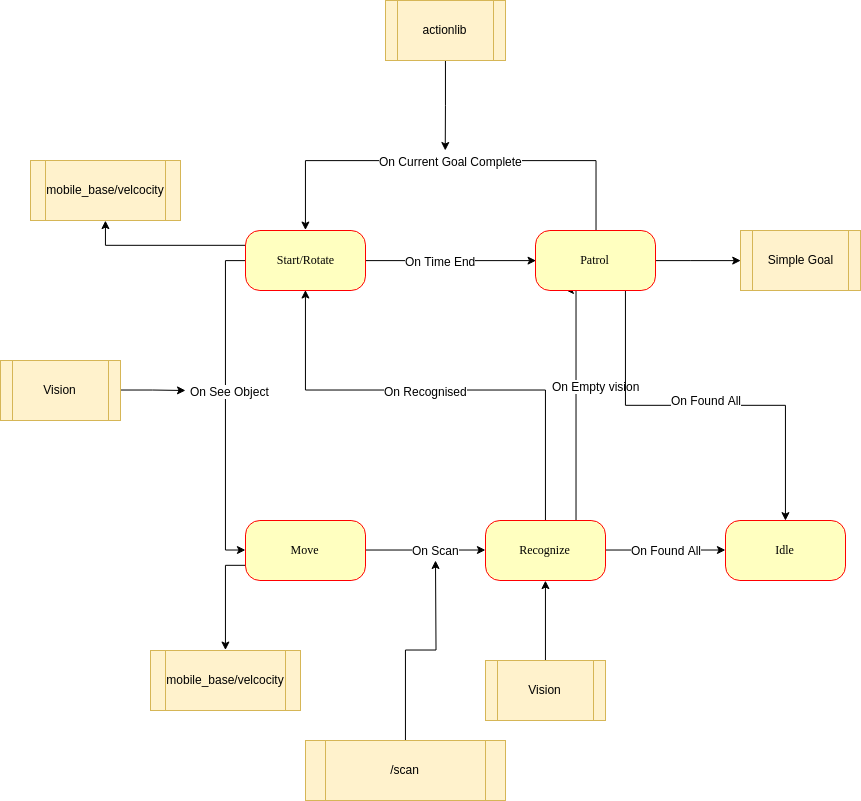
Above: Robotics State Diagram.png in bdawson1993/ROS-object-search (draw.io), before the change. Source tidied: cells renumbered, new cells last; positions are measured from the earlier drawing's top-left corner, leaving out a move shared by most shapes.
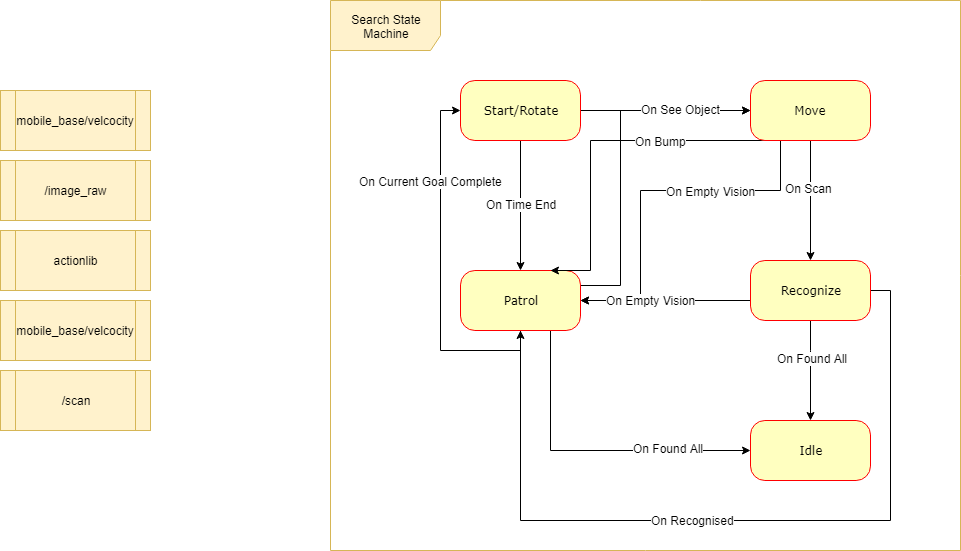
Later version of the same file.

The edit, as a diff of the source:
```diff
@@ -2,147 +2,140 @@
   <root>
     <mxCell id="0" />
     <mxCell id="1" parent="0" />
-    <mxCell id="2" style="edgeStyle=orthogonalEdgeStyle;rounded=0;jettySize=auto;html=1;exitX=0.5;exitY=0;exitDx=0;exitDy=0;entryX=0.5;entryY=1;entryDx=0;entryDy=0;" parent="1" edge="1" source="8" target="14">
-      <mxGeometry relative="1" as="geometry">
-        <Array as="points">
-          <mxPoint x="545" y="390" />
-          <mxPoint x="305" y="390" />
-        </Array>
-      </mxGeometry>
-    </mxCell>
-    <mxCell id="3" value="On Recognised&lt;br&gt;" style="text;html=1;align=center;verticalAlign=middle;labelBackgroundColor=#ffffff;" parent="2" vertex="1">
-      <mxGeometry x="0.38" y="-1" relative="1" as="geometry">
-        <mxPoint x="75.5" y="1.5" as="offset" />
-      </mxGeometry>
-    </mxCell>
-    <mxCell id="4" style="edgeStyle=orthogonalEdgeStyle;rounded=0;jettySize=auto;html=1;exitX=0.75;exitY=0;exitDx=0;exitDy=0;entryX=0.25;entryY=1;entryDx=0;entryDy=0;" parent="1" edge="1" source="8" target="24">
-      <mxGeometry relative="1" as="geometry">
-        <Array as="points">
-          <mxPoint x="576" y="290" />
-        </Array>
-      </mxGeometry>
-    </mxCell>
-    <mxCell id="5" value="On Empty vision" style="text;html=1;align=center;verticalAlign=middle;labelBackgroundColor=#ffffff;" parent="4" vertex="1">
-      <mxGeometry x="0.42" y="1" relative="1" as="geometry">
-        <mxPoint x="20.5" y="35.5" as="offset" />
-      </mxGeometry>
-    </mxCell>
-    <mxCell id="6" style="edgeStyle=orthogonalEdgeStyle;rounded=0;jettySize=auto;html=1;exitX=1;exitY=0.5;exitDx=0;exitDy=0;entryX=0;entryY=0.5;entryDx=0;entryDy=0;" parent="1" edge="1" source="8" target="36">
-      <mxGeometry relative="1" as="geometry" />
-    </mxCell>
-    <mxCell id="7" value="On Found All" style="text;html=1;align=center;verticalAlign=middle;labelBackgroundColor=#ffffff;" parent="6" vertex="1">
-      <mxGeometry x="-0.3" y="1" relative="1" as="geometry">
-        <mxPoint x="18" y="1" as="offset" />
-      </mxGeometry>
-    </mxCell>
-    <mxCell id="8" value="Recognize&lt;br&gt;" style="rounded=1;whiteSpace=wrap;html=1;arcSize=24;fillColor=#ffffc0;strokeColor=#ff0000;shadow=0;comic=0;labelBackgroundColor=none;fontFamily=Verdana;fontSize=12;fontColor=#000000;align=center;" parent="1" vertex="1">
-      <mxGeometry x="485" y="520" width="120" height="60" as="geometry" />
-    </mxCell>
+    <mxCell id="37" style="edgeStyle=orthogonalEdgeStyle;rounded=0;jettySize=auto;html=1;exitX=1;exitY=0.25;exitDx=0;exitDy=0;entryX=0;entryY=0.5;entryDx=0;entryDy=0;" parent="1" edge="1" source="24" target="18">
+      <mxGeometry relative="1" as="geometry">
+        <Array as="points">
+          <mxPoint x="-545" y="345" />
+          <mxPoint x="-545" y="170" />
+        </Array>
+      </mxGeometry>
+    </mxCell>
-    <mxCell id="9" style="edgeStyle=orthogonalEdgeStyle;rounded=0;jettySize=auto;html=1;exitX=0;exitY=0.5;exitDx=0;exitDy=0;entryX=0;entryY=0.5;entryDx=0;entryDy=0;" parent="1" edge="1" source="14" target="18">
+    <mxCell id="9" style="edgeStyle=orthogonalEdgeStyle;rounded=0;jettySize=auto;html=1;exitX=1;exitY=0.5;exitDx=0;exitDy=0;entryX=0;entryY=0.5;entryDx=0;entryDy=0;" parent="1" edge="1" source="14" target="18">
       <mxGeometry relative="1" as="geometry" />
     </mxCell>
-    <mxCell id="10" value="On See Object&lt;br&gt;" style="text;html=1;align=center;verticalAlign=middle;labelBackgroundColor=#ffffff;" parent="9" vertex="1">
-      <mxGeometry x="-0.09" y="4" relative="1" as="geometry" />
+    <mxCell id="10" value="On See Object" style="text;html=1;align=center;verticalAlign=middle;labelBackgroundColor=#ffffff;" parent="9" vertex="1">
+      <mxGeometry x="0.18" y="2" relative="1" as="geometry" />
     </mxCell>
-    <mxCell id="11" style="edgeStyle=orthogonalEdgeStyle;rounded=0;jettySize=auto;html=1;exitX=1;exitY=0.5;exitDx=0;exitDy=0;entryX=0;entryY=0.5;entryDx=0;entryDy=0;" parent="1" edge="1" source="14" target="24">
-      <mxGeometry relative="1" as="geometry" />
-    </mxCell>
-    <mxCell id="12" value="On Time End" style="text;html=1;align=center;verticalAlign=middle;labelBackgroundColor=#ffffff;" parent="11" vertex="1">
-      <mxGeometry x="-0.13" relative="1" as="geometry" />
-    </mxCell>
-    <mxCell id="13" style="edgeStyle=orthogonalEdgeStyle;rounded=0;jettySize=auto;html=1;exitX=0;exitY=0.25;exitDx=0;exitDy=0;entryX=0.5;entryY=1;entryDx=0;entryDy=0;" parent="1" edge="1" source="14" target="30">
-      <mxGeometry relative="1" as="geometry" />
-    </mxCell>
-    <mxCell id="14" value="Start/Rotate&lt;br&gt;" style="rounded=1;whiteSpace=wrap;html=1;arcSize=24;fillColor=#ffffc0;strokeColor=#ff0000;shadow=0;comic=0;labelBackgroundColor=none;fontFamily=Verdana;fontSize=12;fontColor=#000000;align=center;" parent="1" vertex="1">
-      <mxGeometry x="245" y="230" width="120" height="60" as="geometry" />
-    </mxCell>
-    <mxCell id="15" style="edgeStyle=orthogonalEdgeStyle;rounded=0;jettySize=auto;html=1;exitX=1;exitY=0.5;exitDx=0;exitDy=0;entryX=0;entryY=0.5;entryDx=0;entryDy=0;" parent="1" edge="1" source="18" target="8">
-      <mxGeometry relative="1" as="geometry" />
-    </mxCell>
-    <mxCell id="16" value="On Scan&lt;br&gt;" style="text;html=1;align=center;verticalAlign=middle;labelBackgroundColor=#ffffff;" parent="15" vertex="1">
-      <mxGeometry x="0.21" y="-2" relative="1" as="geometry">
-        <mxPoint x="-3" y="-2" as="offset" />
-      </mxGeometry>
-    </mxCell>
-    <mxCell id="17" style="edgeStyle=orthogonalEdgeStyle;rounded=0;jettySize=auto;html=1;exitX=0;exitY=0.75;exitDx=0;exitDy=0;entryX=0.5;entryY=0;entryDx=0;entryDy=0;" parent="1" edge="1" source="18" target="31">
-      <mxGeometry relative="1" as="geometry" />
-    </mxCell>
-    <mxCell id="18" value="Move&lt;br&gt;" style="rounded=1;whiteSpace=wrap;html=1;arcSize=24;fillColor=#ffffc0;strokeColor=#ff0000;shadow=0;comic=0;labelBackgroundColor=none;fontFamily=Verdana;fontSize=12;fontColor=#000000;align=center;" parent="1" vertex="1">
-      <mxGeometry x="245" y="520" width="120" height="60" as="geometry" />
-    </mxCell>
-    <mxCell id="19" style="edgeStyle=orthogonalEdgeStyle;rounded=0;jettySize=auto;html=1;exitX=0.5;exitY=0;exitDx=0;exitDy=0;entryX=0.5;entryY=0;entryDx=0;entryDy=0;" parent="1" edge="1" source="24" target="14">
-      <mxGeometry relative="1" as="geometry">
-        <Array as="points">
-          <mxPoint x="595" y="160" />
-          <mxPoint x="305" y="160" />
-        </Array>
-      </mxGeometry>
-    </mxCell>
-    <mxCell id="20" value="On Current Goal Complete" style="text;html=1;align=center;verticalAlign=middle;labelBackgroundColor=#ffffff;" parent="19" vertex="1">
-      <mxGeometry x="-0.07" relative="1" as="geometry">
-        <mxPoint x="-16" as="offset" />
-      </mxGeometry>
-    </mxCell>
-    <mxCell id="21" style="edgeStyle=orthogonalEdgeStyle;rounded=0;jettySize=auto;html=1;exitX=1;exitY=0.5;exitDx=0;exitDy=0;entryX=0;entryY=0.5;entryDx=0;entryDy=0;" parent="1" edge="1" source="24" target="25">
-      <mxGeometry relative="1" as="geometry">
-        <Array as="points">
-          <mxPoint x="690" y="260" />
-          <mxPoint x="690" y="260" />
-        </Array>
-      </mxGeometry>
-    </mxCell>
-    <mxCell id="22" style="edgeStyle=orthogonalEdgeStyle;rounded=0;jettySize=auto;html=1;exitX=0.75;exitY=1;exitDx=0;exitDy=0;entryX=0.5;entryY=0;entryDx=0;entryDy=0;" parent="1" edge="1" source="24" target="36">
-      <mxGeometry relative="1" as="geometry" />
-    </mxCell>
-    <mxCell id="23" value="On Found All" style="text;html=1;align=center;verticalAlign=middle;labelBackgroundColor=#ffffff;" parent="22" vertex="1">
-      <mxGeometry x="-0.41" y="59" relative="1" as="geometry">
-        <mxPoint x="80" y="54" as="offset" />
-      </mxGeometry>
-    </mxCell>
-    <mxCell id="24" value="Patrol&lt;br&gt;" style="rounded=1;whiteSpace=wrap;html=1;arcSize=24;fillColor=#ffffc0;strokeColor=#ff0000;shadow=0;comic=0;labelBackgroundColor=none;fontFamily=Verdana;fontSize=12;fontColor=#000000;align=center;" parent="1" vertex="1">
-      <mxGeometry x="535" y="230" width="120" height="60" as="geometry" />
-    </mxCell>
-    <mxCell id="25" value="Simple Goal" style="shape=process;whiteSpace=wrap;html=1;backgroundOutline=1;fillColor=#fff2cc;strokeColor=#d6b656;" parent="1" vertex="1">
-      <mxGeometry x="740" y="230" width="120" height="60" as="geometry" />
-    </mxCell>
-    <mxCell id="26" style="edgeStyle=orthogonalEdgeStyle;rounded=0;jettySize=auto;html=1;exitX=0.5;exitY=0;exitDx=0;exitDy=0;entryX=0.5;entryY=1;entryDx=0;entryDy=0;" parent="1" edge="1" source="27" target="8">
-      <mxGeometry relative="1" as="geometry" />
-    </mxCell>
-    <mxCell id="27" value="Vision&lt;br&gt;" style="shape=process;whiteSpace=wrap;html=1;backgroundOutline=1;fillColor=#fff2cc;strokeColor=#d6b656;" parent="1" vertex="1">
-      <mxGeometry x="485" y="660" width="120" height="60" as="geometry" />
-    </mxCell>
-    <mxCell id="28" style="edgeStyle=orthogonalEdgeStyle;rounded=0;jettySize=auto;html=1;exitX=1;exitY=0.5;exitDx=0;exitDy=0;" parent="1" edge="1" source="29">
-      <mxGeometry relative="1" as="geometry">
-        <mxPoint x="185" y="390" as="targetPoint" />
-      </mxGeometry>
-    </mxCell>
-    <mxCell id="29" value="Vision&lt;br&gt;" style="shape=process;whiteSpace=wrap;html=1;backgroundOutline=1;fillColor=#fff2cc;strokeColor=#d6b656;" parent="1" vertex="1">
-      <mxGeometry y="360" width="120" height="60" as="geometry" />
+    <mxCell id="29" value="/image_raw&lt;br&gt;" style="shape=process;whiteSpace=wrap;html=1;backgroundOutline=1;fillColor=#fff2cc;strokeColor=#d6b656;" parent="1" vertex="1">
+      <mxGeometry x="-1165" y="220" width="150" height="60" as="geometry" />
     </mxCell>
     <mxCell id="30" value="mobile_base/velcocity" style="shape=process;whiteSpace=wrap;html=1;backgroundOutline=1;fillColor=#fff2cc;strokeColor=#d6b656;" parent="1" vertex="1">
-      <mxGeometry x="30" y="160" width="150" height="60" as="geometry" />
+      <mxGeometry x="-1165" y="150" width="150" height="60" as="geometry" />
     </mxCell>
     <mxCell id="31" value="mobile_base/velcocity" style="shape=process;whiteSpace=wrap;html=1;backgroundOutline=1;fillColor=#fff2cc;strokeColor=#d6b656;" parent="1" vertex="1">
-      <mxGeometry x="150" y="650" width="150" height="60" as="geometry" />
+      <mxGeometry x="-1165" y="360" width="150" height="60" as="geometry" />
     </mxCell>
-    <mxCell id="32" style="edgeStyle=orthogonalEdgeStyle;rounded=0;jettySize=auto;html=1;exitX=0.5;exitY=1;exitDx=0;exitDy=0;" parent="1" edge="1" source="33">
-      <mxGeometry relative="1" as="geometry">
-        <mxPoint x="444.8" y="150" as="targetPoint" />
-      </mxGeometry>
-    </mxCell>
     <mxCell id="33" value="actionlib&lt;br&gt;" style="shape=process;whiteSpace=wrap;html=1;backgroundOutline=1;fillColor=#fff2cc;strokeColor=#d6b656;" parent="1" vertex="1">
-      <mxGeometry x="385" width="120" height="60" as="geometry" />
+      <mxGeometry x="-1165" y="290" width="150" height="60" as="geometry" />
     </mxCell>
-    <mxCell id="34" style="edgeStyle=orthogonalEdgeStyle;rounded=0;jettySize=auto;html=1;exitX=0.5;exitY=0;exitDx=0;exitDy=0;" parent="1" edge="1" source="35">
-      <mxGeometry relative="1" as="geometry">
-        <mxPoint x="435" y="560" as="targetPoint" />
-      </mxGeometry>
-    </mxCell>
     <mxCell id="35" value="&lt;div&gt;&lt;span&gt;/scan&lt;/span&gt;&lt;/div&gt;" style="shape=process;whiteSpace=wrap;html=1;backgroundOutline=1;fillColor=#fff2cc;strokeColor=#d6b656;" parent="1" vertex="1">
-      <mxGeometry x="305" y="740" width="200" height="60" as="geometry" />
+      <mxGeometry x="-1165" y="430" width="150" height="60" as="geometry" />
     </mxCell>
+    <mxCell id="11" style="edgeStyle=orthogonalEdgeStyle;rounded=0;jettySize=auto;html=1;exitX=0.5;exitY=1;exitDx=0;exitDy=0;entryX=0.5;entryY=0;entryDx=0;entryDy=0;" parent="1" edge="1" source="14" target="24">
+      <mxGeometry relative="1" as="geometry" />
+    </mxCell>
+    <mxCell id="12" value="On Time End" style="text;html=1;align=center;verticalAlign=middle;labelBackgroundColor=#ffffff;" parent="11" vertex="1">
+      <mxGeometry x="-0.24" y="-2" relative="1" as="geometry">
+        <mxPoint x="2" y="14" as="offset" />
+      </mxGeometry>
+    </mxCell>
+    <mxCell id="14" value="Start/Rotate&lt;br&gt;" style="rounded=1;whiteSpace=wrap;html=1;arcSize=24;fillColor=#ffffc0;strokeColor=#ff0000;shadow=0;comic=0;labelBackgroundColor=none;fontFamily=Verdana;fontSize=12;fontColor=#000000;align=center;" parent="1" vertex="1">
+      <mxGeometry x="-705" y="140" width="120" height="60" as="geometry" />
+    </mxCell>
+    <mxCell id="19" style="edgeStyle=orthogonalEdgeStyle;rounded=0;jettySize=auto;html=1;exitX=0.5;exitY=1;exitDx=0;exitDy=0;entryX=0;entryY=0.5;entryDx=0;entryDy=0;" parent="1" edge="1" source="24" target="14">
+      <mxGeometry relative="1" as="geometry" />
+    </mxCell>
+    <mxCell id="20" value="On Current Goal Complete" style="text;html=1;align=center;verticalAlign=middle;labelBackgroundColor=#ffffff;" parent="19" vertex="1">
+      <mxGeometry x="0.36" relative="1" as="geometry">
+        <mxPoint x="-10" y="-26" as="offset" />
+      </mxGeometry>
+    </mxCell>
+    <mxCell id="22" style="edgeStyle=orthogonalEdgeStyle;rounded=0;jettySize=auto;html=1;exitX=0.75;exitY=1;exitDx=0;exitDy=0;entryX=0;entryY=0.5;entryDx=0;entryDy=0;" parent="1" edge="1" source="24" target="36">
+      <mxGeometry relative="1" as="geometry" />
+    </mxCell>
+    <mxCell id="38" value="On Found All" style="text;html=1;align=center;verticalAlign=middle;labelBackgroundColor=#ffffff;" parent="22" vertex="1">
+      <mxGeometry x="0.48" y="3" relative="1" as="geometry" />
+    </mxCell>
+    <mxCell id="24" value="Patrol&lt;br&gt;" style="rounded=1;whiteSpace=wrap;html=1;arcSize=24;fillColor=#ffffc0;strokeColor=#ff0000;shadow=0;comic=0;labelBackgroundColor=none;fontFamily=Verdana;fontSize=12;fontColor=#000000;align=center;" parent="1" vertex="1">
+      <mxGeometry x="-705" y="330" width="120" height="60" as="geometry" />
+    </mxCell>
+    <mxCell id="15" style="edgeStyle=orthogonalEdgeStyle;rounded=0;jettySize=auto;html=1;exitX=0.5;exitY=1;exitDx=0;exitDy=0;entryX=0.5;entryY=0;entryDx=0;entryDy=0;" parent="1" edge="1" source="18" target="8">
+      <mxGeometry relative="1" as="geometry" />
+    </mxCell>
+    <mxCell id="16" value="On Scan" style="text;html=1;align=center;verticalAlign=middle;labelBackgroundColor=#ffffff;" parent="15" vertex="1">
+      <mxGeometry x="-0.22" y="-2" relative="1" as="geometry" />
+    </mxCell>
+    <mxCell id="39" style="edgeStyle=orthogonalEdgeStyle;rounded=0;jettySize=auto;html=1;exitX=0.25;exitY=1;exitDx=0;exitDy=0;entryX=0.75;entryY=0;entryDx=0;entryDy=0;" parent="1" edge="1" source="18" target="24">
+      <mxGeometry relative="1" as="geometry">
+        <Array as="points">
+          <mxPoint x="-575" y="200" />
+          <mxPoint x="-575" y="330" />
+        </Array>
+      </mxGeometry>
+    </mxCell>
+    <mxCell id="40" value="On Bump&lt;br&gt;" style="text;html=1;align=center;verticalAlign=middle;labelBackgroundColor=#ffffff;" parent="39" vertex="1">
+      <mxGeometry x="0.12" y="1" relative="1" as="geometry">
+        <mxPoint x="69" y="-12" as="offset" />
+      </mxGeometry>
+    </mxCell>
+    <mxCell id="41" style="edgeStyle=orthogonalEdgeStyle;rounded=0;jettySize=auto;html=1;exitX=0.25;exitY=1;exitDx=0;exitDy=0;entryX=1;entryY=0.5;entryDx=0;entryDy=0;" parent="1" edge="1" source="18" target="24">
+      <mxGeometry relative="1" as="geometry">
+        <Array as="points">
+          <mxPoint x="-385" y="250" />
+          <mxPoint x="-525" y="250" />
+          <mxPoint x="-525" y="360" />
+        </Array>
+      </mxGeometry>
+    </mxCell>
+    <mxCell id="42" value="On Empty Vision" style="text;html=1;align=center;verticalAlign=middle;labelBackgroundColor=#ffffff;" parent="41" vertex="1">
+      <mxGeometry x="0.2" y="-1" relative="1" as="geometry">
+        <mxPoint x="71" y="-27" as="offset" />
+      </mxGeometry>
+    </mxCell>
+    <mxCell id="18" value="Move&lt;br&gt;" style="rounded=1;whiteSpace=wrap;html=1;arcSize=24;fillColor=#ffffc0;strokeColor=#ff0000;shadow=0;comic=0;labelBackgroundColor=none;fontFamily=Verdana;fontSize=12;fontColor=#000000;align=center;" parent="1" vertex="1">
+      <mxGeometry x="-415" y="140" width="120" height="60" as="geometry" />
+    </mxCell>
+    <mxCell id="6" style="edgeStyle=orthogonalEdgeStyle;rounded=0;jettySize=auto;html=1;exitX=0.5;exitY=1;exitDx=0;exitDy=0;entryX=0.5;entryY=0;entryDx=0;entryDy=0;" parent="1" edge="1" source="8" target="36">
+      <mxGeometry relative="1" as="geometry">
+        <Array as="points">
+          <mxPoint x="-355" y="410" />
+          <mxPoint x="-355" y="410" />
+        </Array>
+      </mxGeometry>
+    </mxCell>
+    <mxCell id="43" value="On Found All&lt;br&gt;" style="text;html=1;align=center;verticalAlign=middle;labelBackgroundColor=#ffffff;" parent="6" vertex="1">
+      <mxGeometry x="-0.27" y="1" relative="1" as="geometry" />
+    </mxCell>
+    <mxCell id="44" style="edgeStyle=orthogonalEdgeStyle;rounded=0;jettySize=auto;html=1;exitX=0;exitY=0.5;exitDx=0;exitDy=0;entryX=1;entryY=0.5;entryDx=0;entryDy=0;" parent="1" edge="1" source="8" target="24">
+      <mxGeometry relative="1" as="geometry">
+        <Array as="points">
+          <mxPoint x="-415" y="360" />
+        </Array>
+      </mxGeometry>
+    </mxCell>
+    <mxCell id="45" value="On Empty Vision" style="text;html=1;align=center;verticalAlign=middle;labelBackgroundColor=#ffffff;" parent="44" vertex="1">
+      <mxGeometry x="0.22" y="-1" relative="1" as="geometry" />
+    </mxCell>
+    <mxCell id="46" style="edgeStyle=orthogonalEdgeStyle;rounded=0;jettySize=auto;html=1;exitX=1;exitY=0.5;exitDx=0;exitDy=0;entryX=0.5;entryY=1;entryDx=0;entryDy=0;" parent="1" edge="1" source="8" target="24">
+      <mxGeometry relative="1" as="geometry">
+        <Array as="points">
+          <mxPoint x="-275" y="350" />
+          <mxPoint x="-275" y="580" />
+          <mxPoint x="-645" y="580" />
+        </Array>
+      </mxGeometry>
+    </mxCell>
+    <mxCell id="3" value="On Recognised" style="text;html=1;align=center;verticalAlign=middle;labelBackgroundColor=#ffffff;" parent="46" vertex="1">
+      <mxGeometry x="0.11" y="-1" relative="1" as="geometry" />
+    </mxCell>
+    <mxCell id="8" value="Recognize&lt;br&gt;" style="rounded=1;whiteSpace=wrap;html=1;arcSize=24;fillColor=#ffffc0;strokeColor=#ff0000;shadow=0;comic=0;labelBackgroundColor=none;fontFamily=Verdana;fontSize=12;fontColor=#000000;align=center;" parent="1" vertex="1">
+      <mxGeometry x="-415" y="320" width="120" height="60" as="geometry" />
+    </mxCell>
     <mxCell id="36" value="Idle&lt;br&gt;" style="rounded=1;whiteSpace=wrap;html=1;arcSize=24;fillColor=#ffffc0;strokeColor=#ff0000;shadow=0;comic=0;labelBackgroundColor=none;fontFamily=Verdana;fontSize=12;fontColor=#000000;align=center;" parent="1" vertex="1">
-      <mxGeometry x="725" y="520" width="120" height="60" as="geometry" />
+      <mxGeometry x="-415" y="480" width="120" height="60" as="geometry" />
     </mxCell>
+    <mxCell id="47" value="Search State Machine" style="shape=umlFrame;whiteSpace=wrap;html=1;width=110;height=50;fillColor=#fff2cc;strokeColor=#d6b656;" parent="1" vertex="1">
+      <mxGeometry x="-835" y="60" width="630" height="550" as="geometry" />
+    </mxCell>
   </root>
 </mxGraphModel>
```
